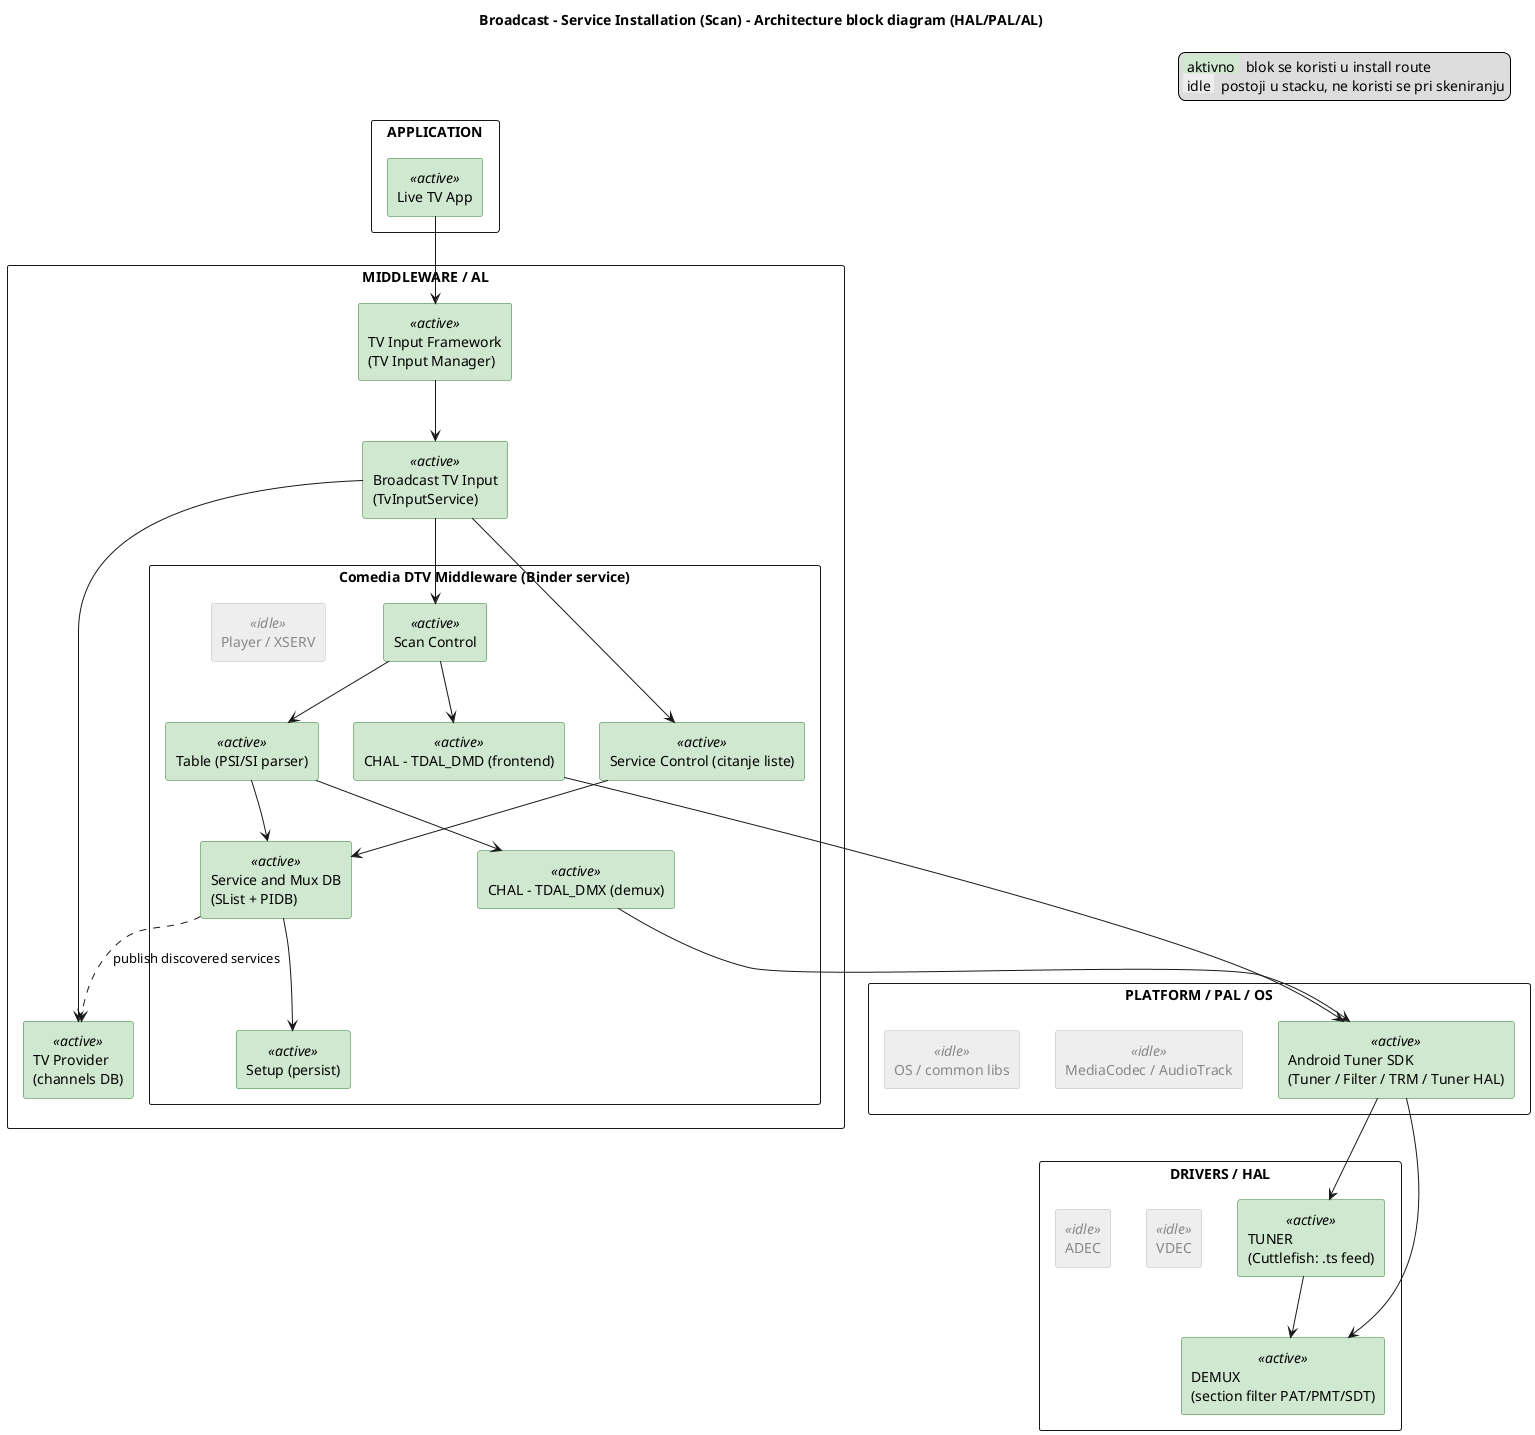
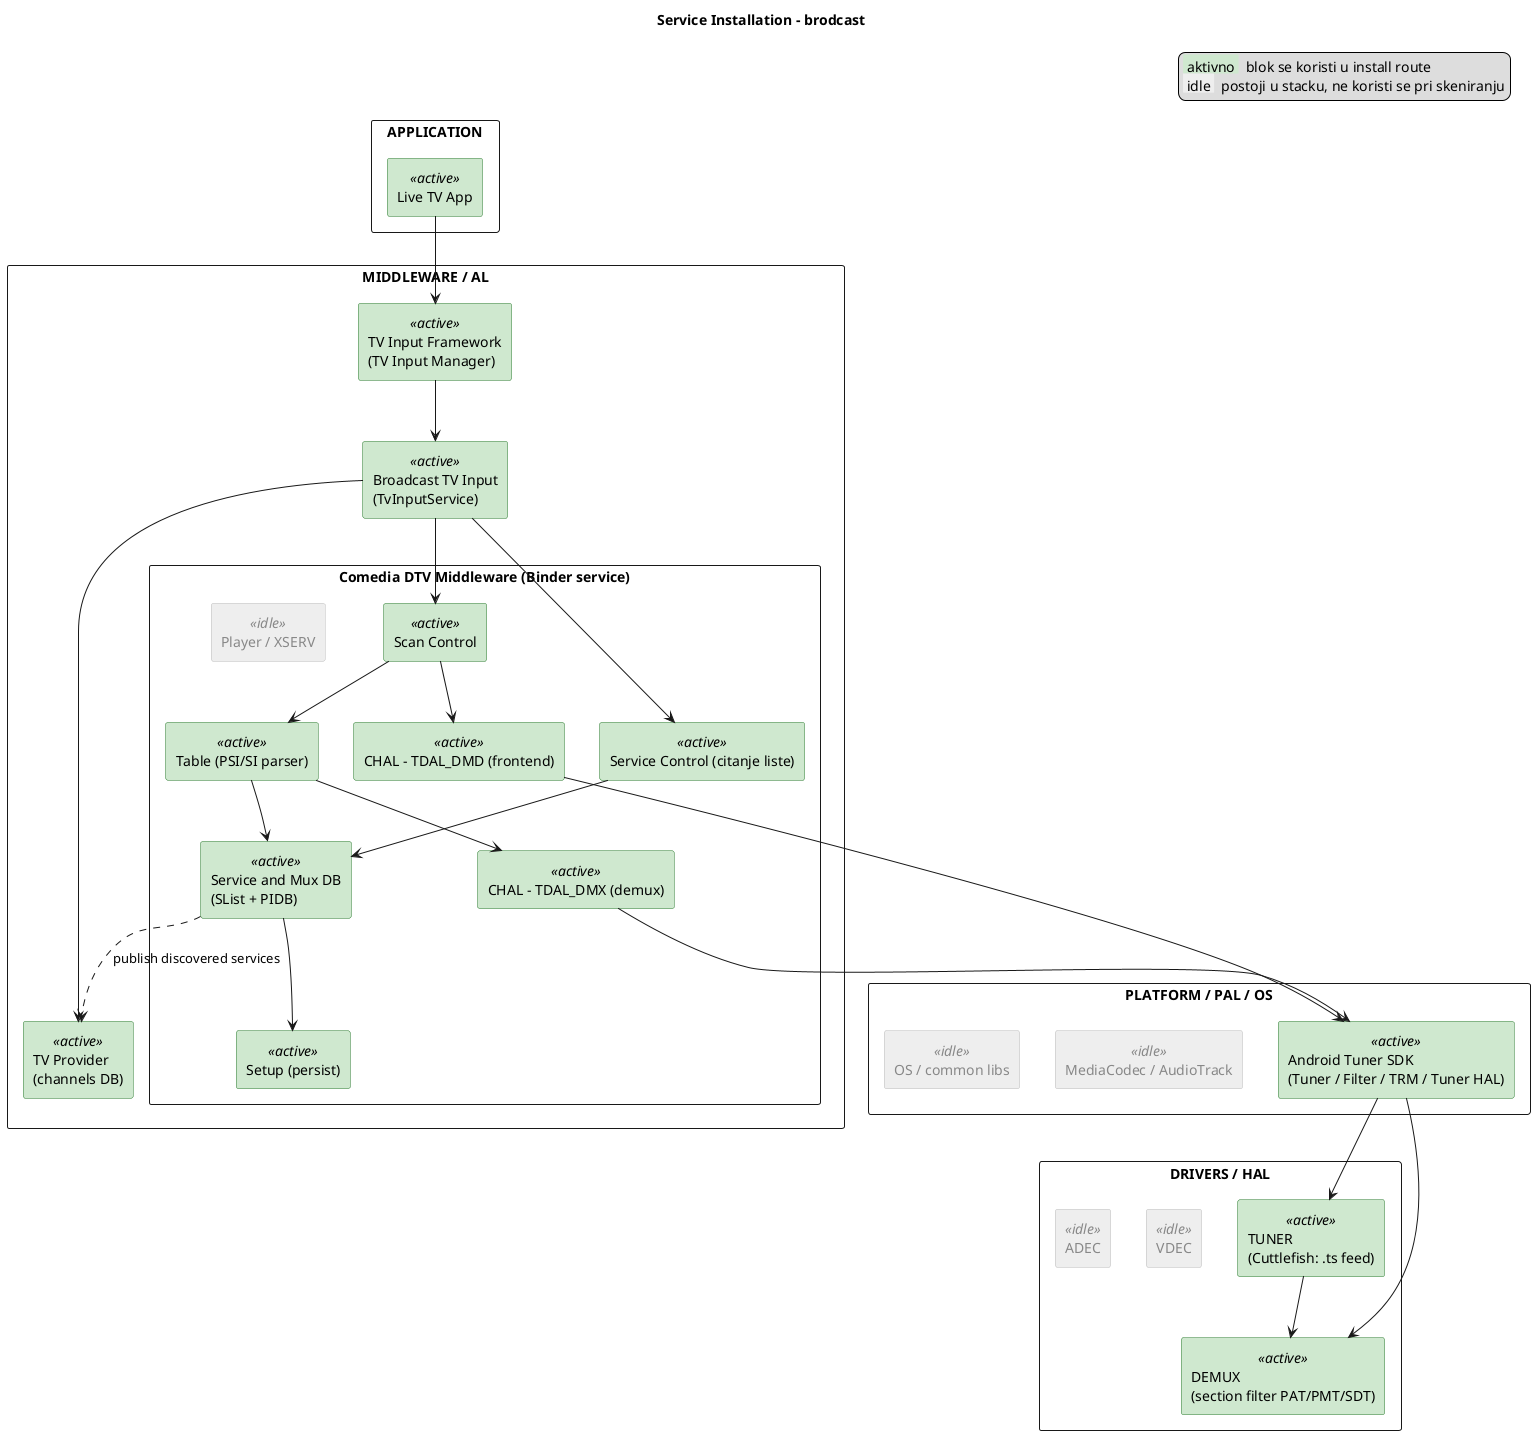
@startuml block_service_installation
- title Broadcast - Service Installation (Scan) - Architecture block diagram (HAL/PAL/AL)
+ title Service Installation - brodcast

skinparam shadowing false
skinparam rectangle {
  BackgroundColor<<active>> #CFE8CF
  BorderColor<<active>> #2E7D32
  BackgroundColor<<idle>> #EEEEEE
  BorderColor<<idle>> #BDBDBD
  FontColor<<idle>> #888888
}
legend top right
  <back:#CFE8CF> aktivno </back>  blok se koristi u install route
  <back:#EEEEEE> idle </back>  postoji u stacku, ne koristi se pri skeniranju
endlegend

rectangle "APPLICATION" {
  rectangle "Live TV App" <<active>> as LiveTV
}

rectangle "MIDDLEWARE / AL" {
  rectangle "TV Input Framework\n(TV Input Manager)" <<active>> as TIF
  rectangle "TV Provider\n(channels DB)" <<active>> as TVP
  rectangle "Broadcast TV Input\n(TvInputService)" <<active>> as TIS
  rectangle "Comedia DTV Middleware (Binder service)" {
    rectangle "Scan Control" <<active>> as SCAN
    rectangle "Service Control (citanje liste)" <<active>> as SVCR
    rectangle "Player / XSERV" <<idle>> as SVC
    rectangle "Table (PSI/SI parser)" <<active>> as TABLE
    rectangle "Service and Mux DB\n(SList + PIDB)" <<active>> as SDB
    rectangle "Setup (persist)" <<active>> as SETUP
    rectangle "CHAL - TDAL_DMD (frontend)" <<active>> as DMD
    rectangle "CHAL - TDAL_DMX (demux)" <<active>> as DMX
  }
}

rectangle "PLATFORM / PAL / OS" {
  rectangle "Android Tuner SDK\n(Tuner / Filter / TRM / Tuner HAL)" <<active>> as TUNERSDK
  rectangle "MediaCodec / AudioTrack" <<idle>> as AVSDK
  rectangle "OS / common libs" <<idle>> as OSLIB
}

rectangle "DRIVERS / HAL" {
  rectangle "TUNER\n(Cuttlefish: .ts feed)" <<active>> as TUNER
  rectangle "DEMUX\n(section filter PAT/PMT/SDT)" <<active>> as DEMUX
  rectangle "VDEC" <<idle>> as VDEC
  rectangle "ADEC" <<idle>> as ADEC
}

LiveTV --> TIF
TIF --> TIS
TIS --> SCAN
TIS --> SVCR
SCAN --> TABLE
SVCR --> SDB
TABLE --> SDB
SCAN --> DMD
TABLE --> DMX
DMD --> TUNERSDK
DMX --> TUNERSDK
TUNERSDK --> TUNER
TUNERSDK --> DEMUX
TUNER --> DEMUX
SDB --> SETUP
TIS --> TVP
SDB ..> TVP : publish discovered services
@enduml
